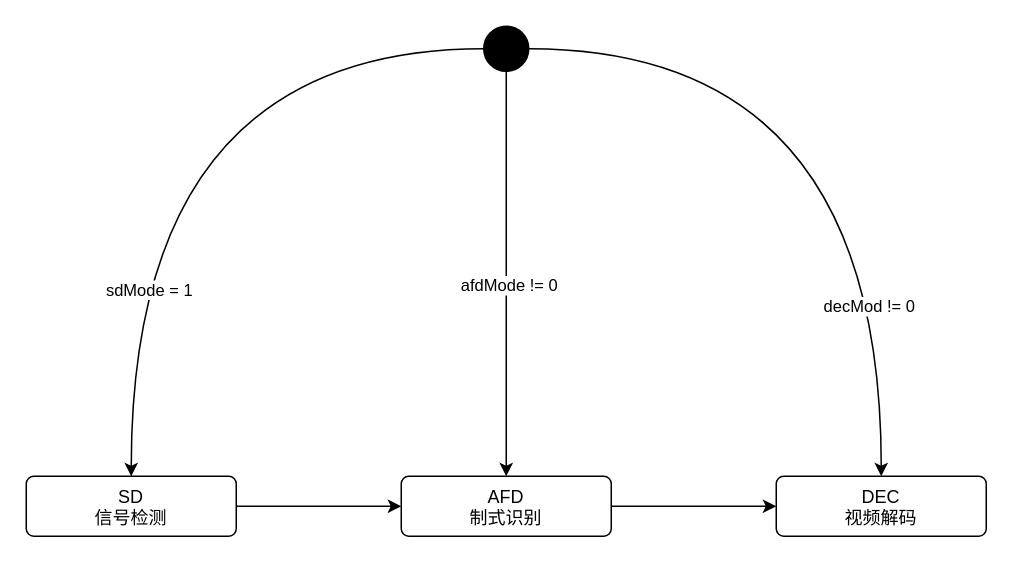
Earlier version of the draw.io diagram page "第 1 页" (1 of 2) of 6210.drawio (joliet0l/Diagram). Source tidied: cells renumbered, new cells numbered last; positions are measured from the earlier drawing's top-left corner, leaving out a move shared by most shapes. Both pictures are drawn from the tidied source at 150%, with x=0, y=0 at pixel (26, 26).
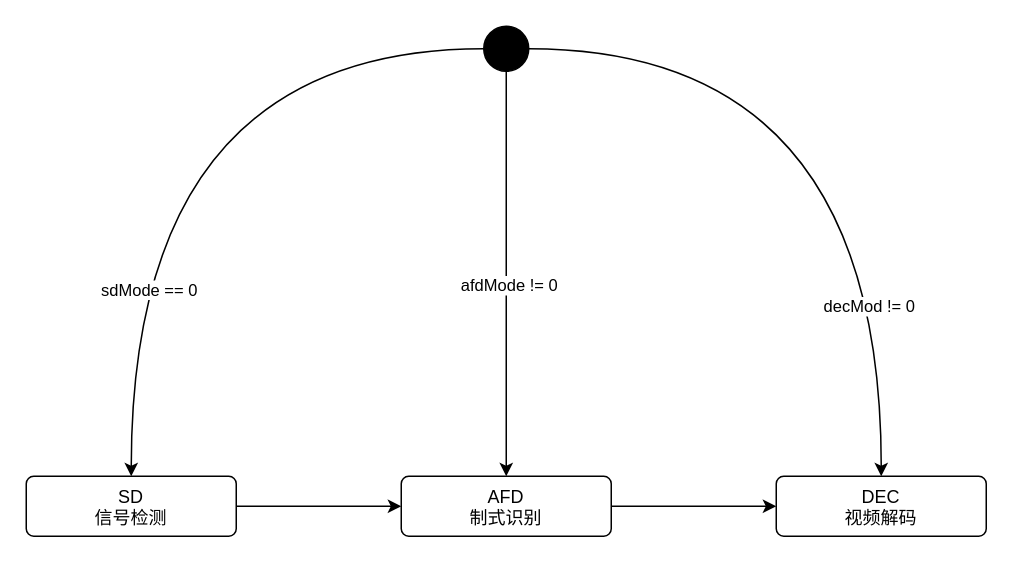
After the change.

The edit, as a diff of the source:
```diff
@@
 <mxGraphModel>
   <root>
     <mxCell id="0" />
     <mxCell id="1" parent="0" />
     <mxCell id="2" style="edgeStyle=orthogonalEdgeStyle;rounded=0;jettySize=auto;html=1;entryX=0.5;entryY=0;entryDx=0;entryDy=0;curved=1;" parent="1" edge="1" source="8" target="10">
       <mxGeometry relative="1" as="geometry" />
     </mxCell>
-    <mxCell id="3" value="sdMode = 1" style="edgeLabel;html=1;align=center;verticalAlign=middle;" parent="2" vertex="1">
+    <mxCell id="3" value="sdMode == 0" style="edgeLabel;html=1;align=center;verticalAlign=middle;" parent="2" vertex="1">
       <mxGeometry x="0.52" y="11" relative="1" as="geometry" />
     </mxCell>
     <mxCell id="4" style="edgeStyle=orthogonalEdgeStyle;rounded=0;jettySize=auto;html=1;entryX=0.5;entryY=0;entryDx=0;entryDy=0;curved=1;" parent="1" edge="1" source="8" target="12">
       <mxGeometry relative="1" as="geometry" />
     </mxCell>
     <mxCell id="5" value="afdMode != 0" style="edgeLabel;html=1;align=center;verticalAlign=middle;" parent="4" vertex="1">
       <mxGeometry x="0.05" y="1" relative="1" as="geometry" />
     </mxCell>
     <mxCell id="6" style="edgeStyle=orthogonalEdgeStyle;rounded=0;jettySize=auto;html=1;curved=1;" parent="1" edge="1" source="8" target="13">
       <mxGeometry relative="1" as="geometry" />
     </mxCell>
     <mxCell id="7" value="decMod != 0" style="edgeLabel;html=1;align=center;verticalAlign=middle;" parent="6" vertex="1">
       <mxGeometry x="0.56" y="-9" relative="1" as="geometry" />
     </mxCell>
     <mxCell id="8" style="ellipse;fillColor=strokeColor;html=1;" parent="1" vertex="1">
       <mxGeometry x="305" width="30" height="30" as="geometry" />
     </mxCell>
     <mxCell id="9" style="edgeStyle=orthogonalEdgeStyle;rounded=0;jettySize=auto;html=1;entryX=0;entryY=0.5;entryDx=0;entryDy=0;" parent="1" edge="1" source="10" target="12">
       <mxGeometry relative="1" as="geometry" />
     </mxCell>
     <mxCell id="10" value="&lt;div&gt;SD&lt;/div&gt;&lt;div&gt;信号检测&lt;/div&gt;" style="html=1;align=center;verticalAlign=top;rounded=1;absoluteArcSize=1;arcSize=10;dashed=0;whiteSpace=wrap;" parent="1" vertex="1">
       <mxGeometry y="300" width="140" height="40" as="geometry" />
     </mxCell>
     <mxCell id="11" style="edgeStyle=orthogonalEdgeStyle;rounded=0;jettySize=auto;html=1;entryX=0;entryY=0.5;entryDx=0;entryDy=0;" parent="1" edge="1" source="12" target="13">
       <mxGeometry relative="1" as="geometry" />
     </mxCell>
     <mxCell id="12" value="&lt;div&gt;AFD&lt;/div&gt;&lt;div&gt;制式识别&lt;/div&gt;" style="html=1;align=center;verticalAlign=top;rounded=1;absoluteArcSize=1;arcSize=10;dashed=0;whiteSpace=wrap;" parent="1" vertex="1">
       <mxGeometry x="250" y="300" width="140" height="40" as="geometry" />
     </mxCell>
     <mxCell id="13" value="&lt;div&gt;DEC&lt;/div&gt;&lt;div&gt;视频解码&lt;/div&gt;" style="html=1;align=center;verticalAlign=top;rounded=1;absoluteArcSize=1;arcSize=10;dashed=0;whiteSpace=wrap;" parent="1" vertex="1">
       <mxGeometry x="500" y="300" width="140" height="40" as="geometry" />
     </mxCell>
   </root>
 </mxGraphModel>
```
